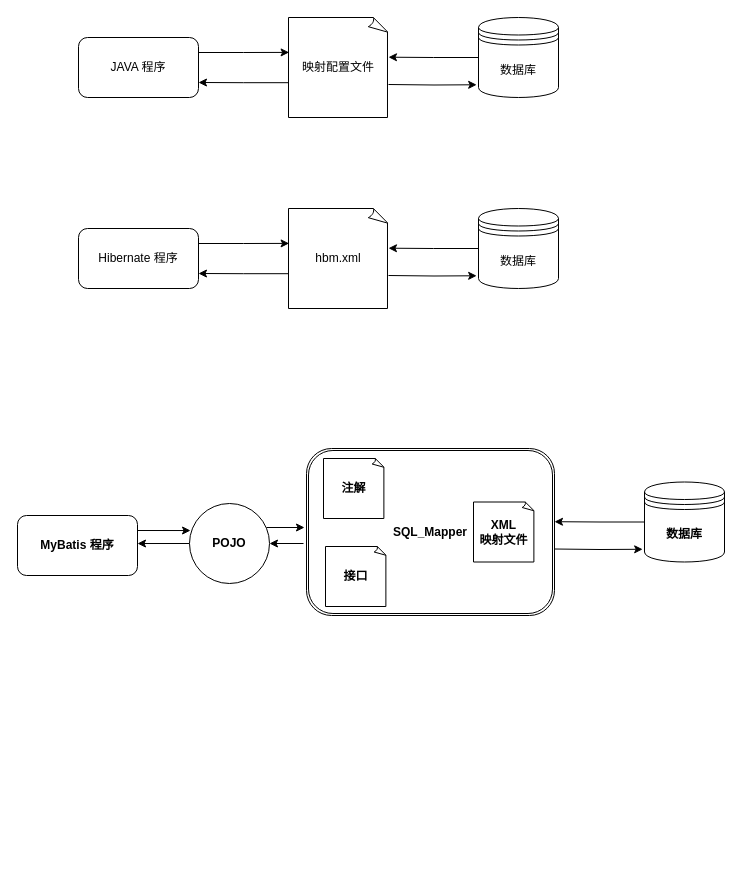
Above: Mybatis.drawio in C-wx/MindManager (draw.io), before the change. Source tidied: cells renumbered, new cells numbered last; positions are measured from the earlier drawing's top-left corner, leaving out a move shared by most shapes. Both pictures are drawn from the tidied source at 100%, with x=0, y=0 at pixel (17, 17).
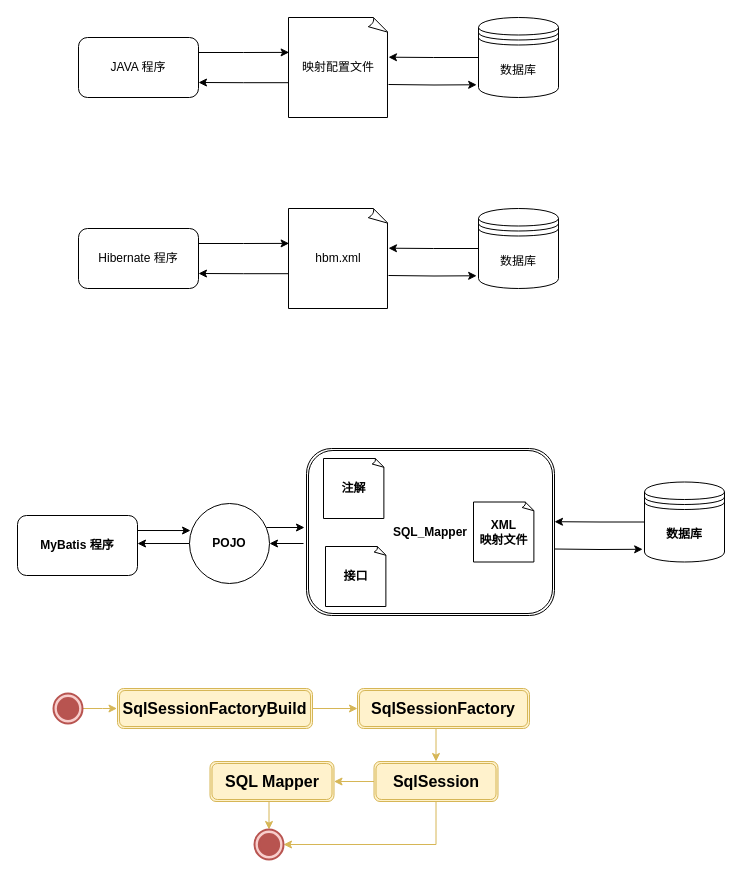
After the change.

Diff of the diagram source:
```diff
@@
+    <mxCell id="29" style="edgeStyle=orthogonalEdgeStyle;rounded=0;jettySize=auto;html=1;fontSize=16;fontStyle=1;fillColor=#fff2cc;strokeColor=#d6b656;" parent="1" edge="1" source="30">
+      <mxGeometry relative="1" as="geometry">
+        <mxPoint x="99.5" y="691" as="targetPoint" />
+      </mxGeometry>
+    </mxCell>
+    <mxCell id="30" style="verticalLabelPosition=bottom;html=1;verticalAlign=top;strokeWidth=2;shape=mxgraph.lean_mapping.sequenced_pull_ball;fontSize=16;fontStyle=1;fillColor=#f8cecc;strokeColor=#b85450;" parent="1" vertex="1">
+      <mxGeometry x="36" y="676" width="29" height="30" as="geometry" />
+    </mxCell>
+    <mxCell id="31" style="edgeStyle=orthogonalEdgeStyle;rounded=0;jettySize=auto;html=1;exitX=1;exitY=0.5;exitDx=0;exitDy=0;fontSize=16;fontStyle=1;fillColor=#fff2cc;strokeColor=#d6b656;" parent="1" edge="1" source="33">
+      <mxGeometry relative="1" as="geometry">
+        <mxPoint x="279" y="691" as="targetPoint" />
+      </mxGeometry>
+    </mxCell>
+    <mxCell id="32" style="edgeStyle=orthogonalEdgeStyle;rounded=0;jettySize=auto;html=1;exitX=1;exitY=0.5;exitDx=0;exitDy=0;entryX=0;entryY=0.5;entryDx=0;entryDy=0;fontSize=16;fillColor=#fff2cc;strokeColor=#d6b656;" parent="1" edge="1" source="33" target="35">
+      <mxGeometry relative="1" as="geometry" />
+    </mxCell>
+    <mxCell id="33" value="&lt;span style=&quot;font-size: 16px;&quot;&gt;SqlSessionFactoryBuild&lt;/span&gt;" style="shape=ext;double=1;rounded=1;whiteSpace=wrap;html=1;fontSize=16;fontStyle=1;fillColor=#fff2cc;strokeColor=#d6b656;" parent="1" vertex="1">
+      <mxGeometry x="100" y="671" width="195" height="40" as="geometry" />
+    </mxCell>
+    <mxCell id="34" style="edgeStyle=orthogonalEdgeStyle;rounded=0;jettySize=auto;html=1;exitX=0.5;exitY=1;exitDx=0;exitDy=0;entryX=0.5;entryY=0;entryDx=0;entryDy=0;fontSize=16;fontStyle=1;fillColor=#fff2cc;strokeColor=#d6b656;" parent="1" edge="1" source="35" target="38">
+      <mxGeometry relative="1" as="geometry" />
+    </mxCell>
+    <mxCell id="35" value="&lt;span style=&quot;font-size: 16px;&quot;&gt;SqlSessionFactory&lt;/span&gt;" style="shape=ext;double=1;rounded=1;whiteSpace=wrap;html=1;fontSize=16;fontStyle=1;fillColor=#fff2cc;strokeColor=#d6b656;" parent="1" vertex="1">
+      <mxGeometry x="340" y="671" width="172" height="40" as="geometry" />
+    </mxCell>
+    <mxCell id="36" style="edgeStyle=orthogonalEdgeStyle;rounded=0;jettySize=auto;html=1;exitX=0;exitY=0.5;exitDx=0;exitDy=0;fontSize=16;fontStyle=1;fillColor=#fff2cc;strokeColor=#d6b656;" parent="1" edge="1" source="38" target="40">
+      <mxGeometry relative="1" as="geometry" />
+    </mxCell>
+    <mxCell id="37" style="edgeStyle=orthogonalEdgeStyle;rounded=0;jettySize=auto;html=1;exitX=0.5;exitY=1;exitDx=0;exitDy=0;entryX=1;entryY=0.5;entryDx=0;entryDy=0;fontSize=16;fontStyle=1;fillColor=#fff2cc;strokeColor=#d6b656;" parent="1" edge="1" source="38" target="41">
+      <mxGeometry relative="1" as="geometry" />
+    </mxCell>
+    <mxCell id="38" value="&lt;span style=&quot;font-size: 16px;&quot;&gt;SqlSession&lt;/span&gt;" style="shape=ext;double=1;rounded=1;whiteSpace=wrap;html=1;fontSize=16;fontStyle=1;fillColor=#fff2cc;strokeColor=#d6b656;" parent="1" vertex="1">
+      <mxGeometry x="356.5" y="744" width="124" height="40" as="geometry" />
+    </mxCell>
+    <mxCell id="39" style="edgeStyle=orthogonalEdgeStyle;rounded=0;jettySize=auto;html=1;exitX=0.5;exitY=1;exitDx=0;exitDy=0;entryX=0.5;entryY=0;entryDx=0;entryDy=0;fontSize=16;fontStyle=1;fillColor=#fff2cc;strokeColor=#d6b656;" parent="1" edge="1" source="40" target="41">
+      <mxGeometry relative="1" as="geometry" />
+    </mxCell>
+    <mxCell id="40" value="&lt;span style=&quot;font-size: 16px;&quot;&gt;SQL Mapper&lt;/span&gt;" style="shape=ext;double=1;rounded=1;whiteSpace=wrap;html=1;fontSize=16;fontStyle=1;fillColor=#fff2cc;strokeColor=#d6b656;" parent="1" vertex="1">
+      <mxGeometry x="192.5" y="744" width="124" height="40" as="geometry" />
+    </mxCell>
+    <mxCell id="41" style="verticalLabelPosition=bottom;html=1;verticalAlign=top;strokeWidth=2;shape=mxgraph.lean_mapping.sequenced_pull_ball;fontSize=16;fontStyle=1;fillColor=#f8cecc;strokeColor=#b85450;" parent="1" vertex="1">
+      <mxGeometry x="237" y="812" width="29" height="30" as="geometry" />
+    </mxCell>
```
